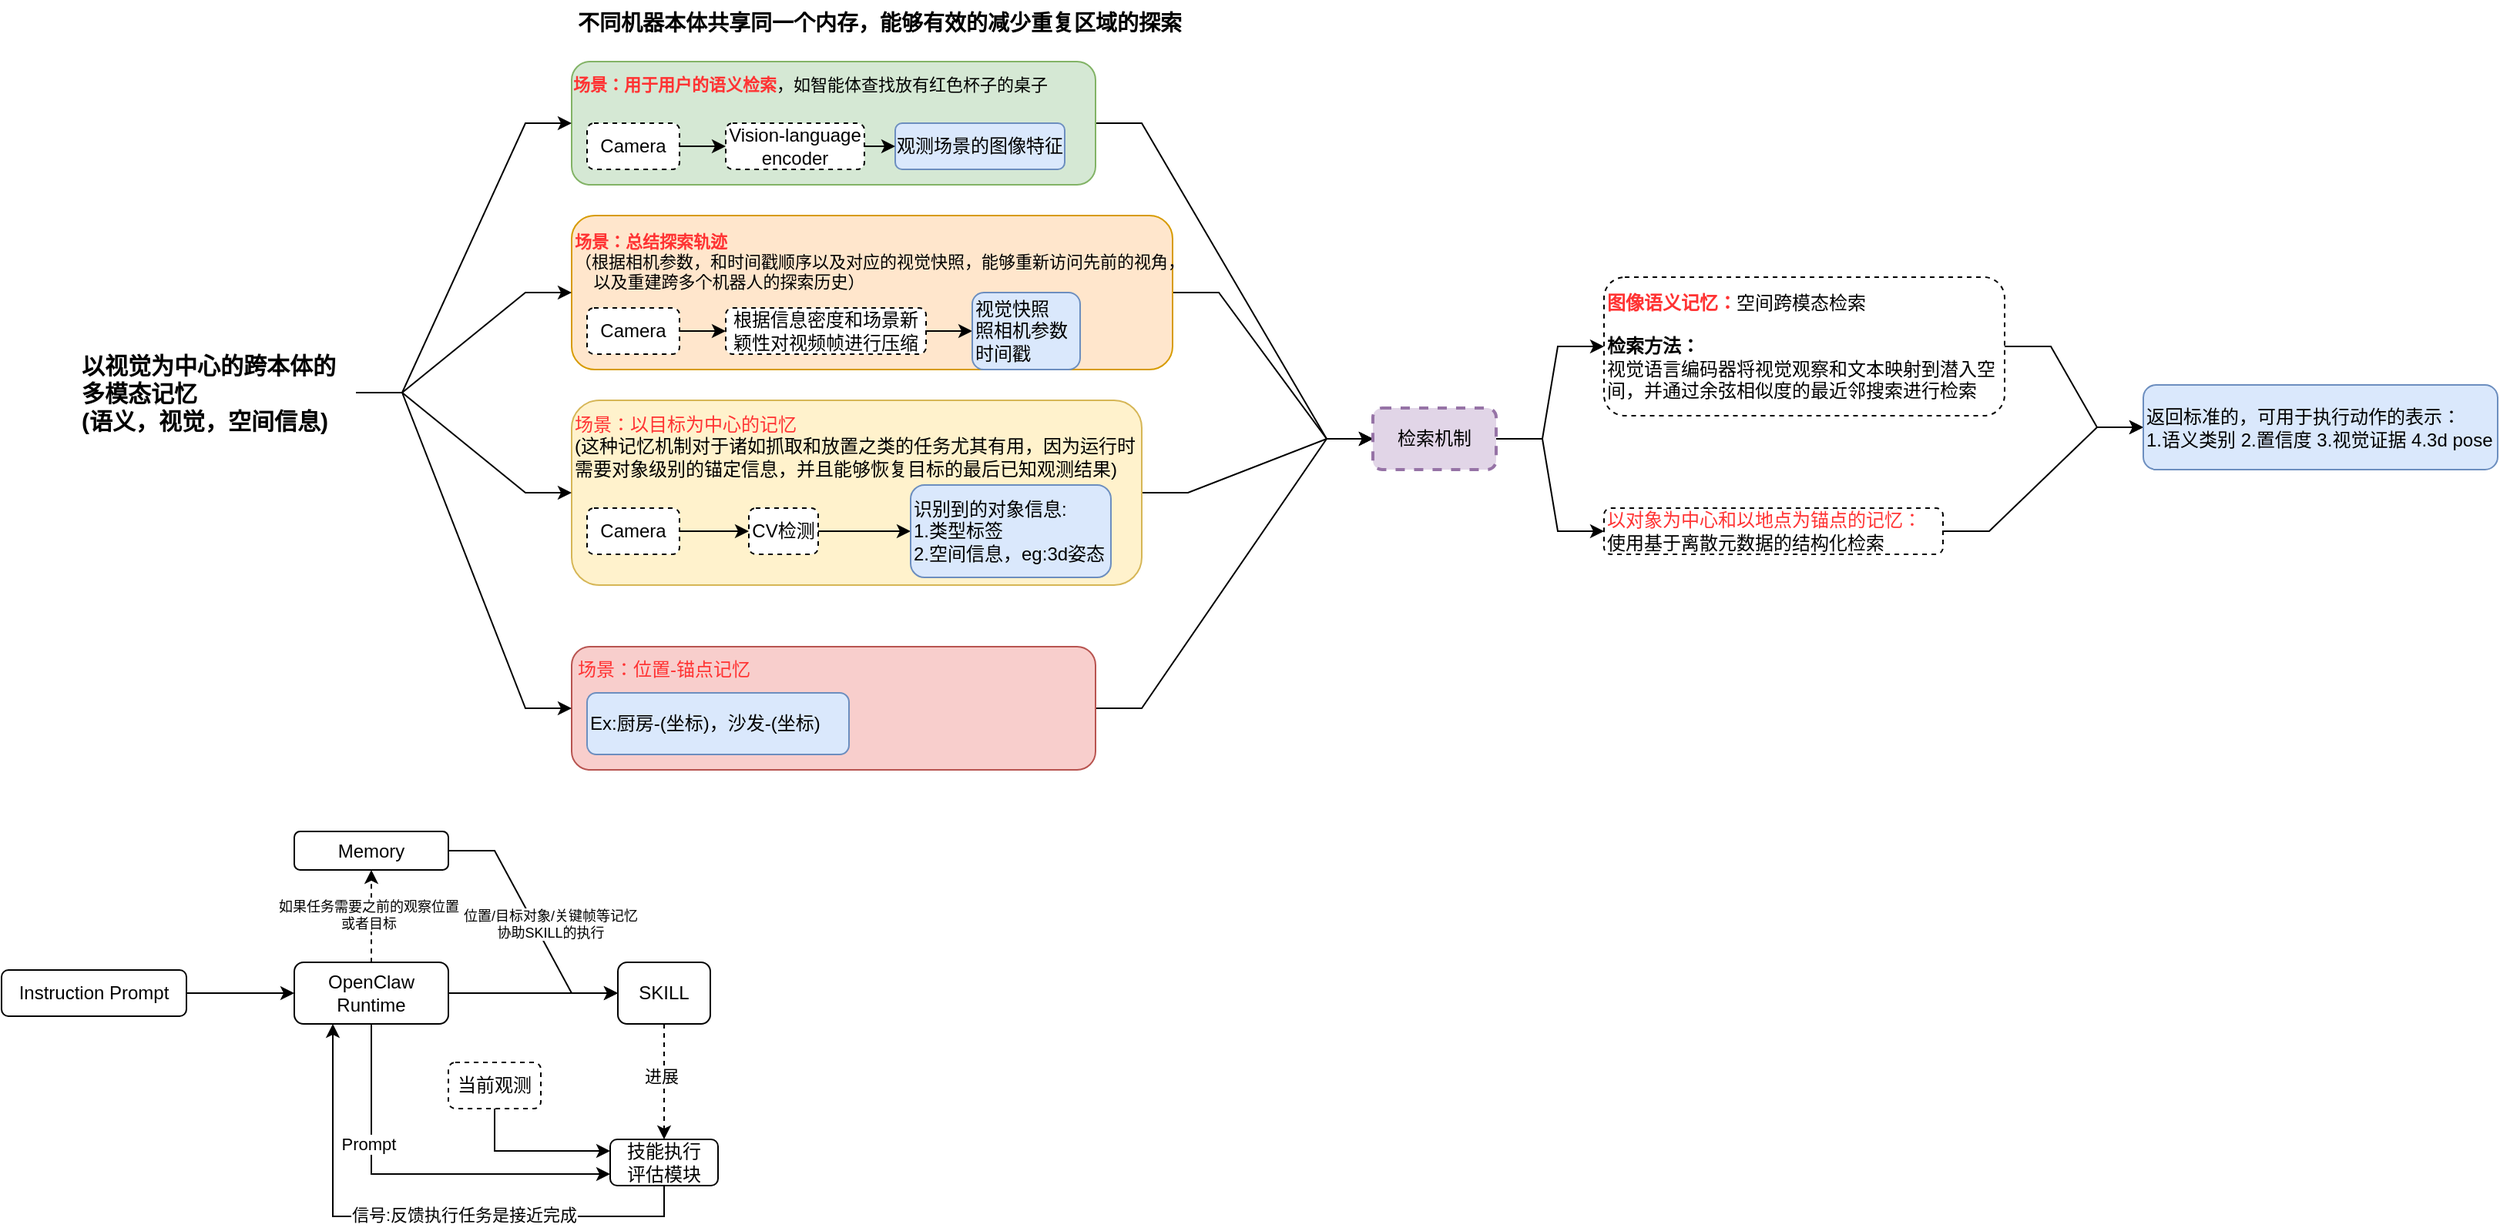
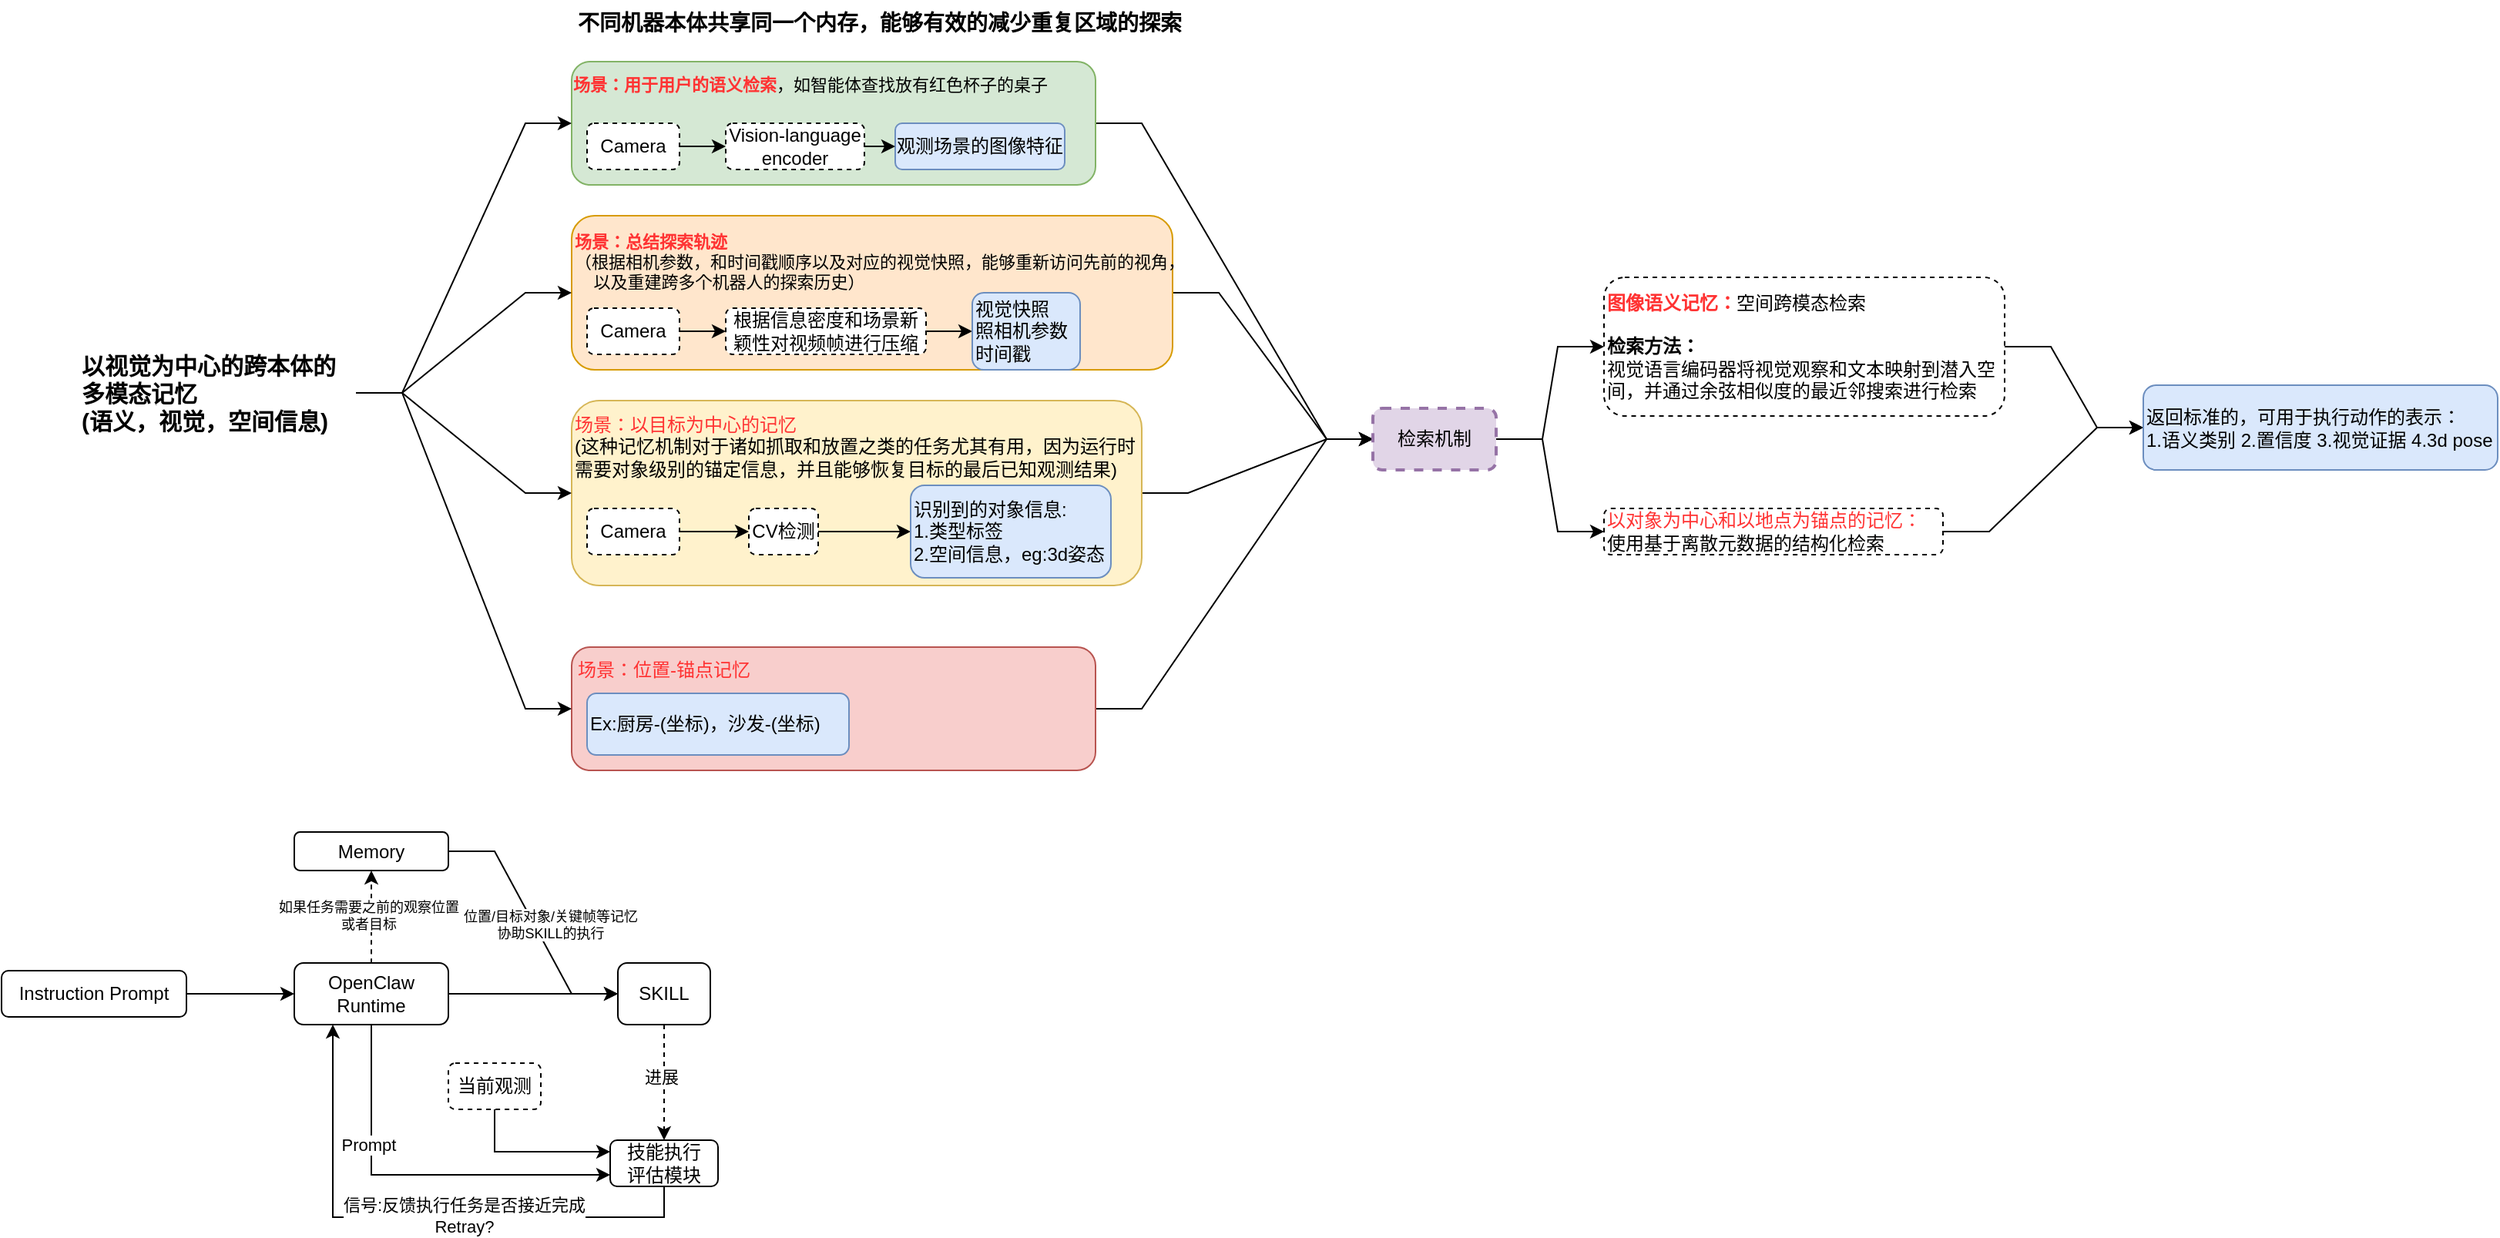
<mxfile host="app.diagrams.net">
  <diagram name="ABot-Claw" id="ri1UiOSOw__C7K71Jf-3">
    <mxGraphModel dx="566" dy="306" grid="1" gridSize="10" guides="1" tooltips="1" connect="1" arrows="1" fold="1" page="1" pageScale="1" pageWidth="3300" pageHeight="2339" math="0" shadow="0">
      <root>
        <mxCell id="0" />
        <mxCell id="1" parent="0" />
        <mxCell id="8uAygAgR7DF40HWwl34I-37" edge="1" parent="1" source="8uAygAgR7DF40HWwl34I-28" style="edgeStyle=entityRelationEdgeStyle;rounded=0;orthogonalLoop=1;jettySize=auto;html=1;exitX=1;exitY=0.5;exitDx=0;exitDy=0;" target="8uAygAgR7DF40HWwl34I-33">
          <mxGeometry relative="1" as="geometry" />
        </mxCell>
        <mxCell id="8uAygAgR7DF40HWwl34I-28" parent="1" style="rounded=1;whiteSpace=wrap;html=1;fillColor=#f8cecc;strokeColor=#b85450;" value="" vertex="1">
          <mxGeometry height="80" width="340" x="480" y="470" as="geometry" />
        </mxCell>
        <mxCell id="8uAygAgR7DF40HWwl34I-36" edge="1" parent="1" source="8uAygAgR7DF40HWwl34I-24" style="edgeStyle=entityRelationEdgeStyle;rounded=0;orthogonalLoop=1;jettySize=auto;html=1;exitX=1;exitY=0.5;exitDx=0;exitDy=0;entryX=0;entryY=0.5;entryDx=0;entryDy=0;" target="8uAygAgR7DF40HWwl34I-33">
          <mxGeometry relative="1" as="geometry">
            <mxPoint x="1020" y="320" as="targetPoint" />
          </mxGeometry>
        </mxCell>
        <mxCell id="8uAygAgR7DF40HWwl34I-24" parent="1" style="rounded=1;whiteSpace=wrap;html=1;fillColor=#fff2cc;strokeColor=#d6b656;" value="" vertex="1">
          <mxGeometry height="120" width="370" x="480" y="310" as="geometry" />
        </mxCell>
        <mxCell id="8uAygAgR7DF40HWwl34I-35" edge="1" parent="1" source="8uAygAgR7DF40HWwl34I-17" style="edgeStyle=entityRelationEdgeStyle;rounded=0;orthogonalLoop=1;jettySize=auto;html=1;exitX=1;exitY=0.5;exitDx=0;exitDy=0;entryX=0;entryY=0.5;entryDx=0;entryDy=0;" target="8uAygAgR7DF40HWwl34I-33">
          <mxGeometry relative="1" as="geometry" />
        </mxCell>
        <mxCell id="8uAygAgR7DF40HWwl34I-17" parent="1" style="rounded=1;whiteSpace=wrap;html=1;fillColor=#ffe6cc;strokeColor=#d79b00;" value="" vertex="1">
          <mxGeometry height="100" width="390" x="480" y="190" as="geometry" />
        </mxCell>
        <mxCell id="8uAygAgR7DF40HWwl34I-34" edge="1" parent="1" source="8uAygAgR7DF40HWwl34I-16" style="edgeStyle=entityRelationEdgeStyle;rounded=0;orthogonalLoop=1;jettySize=auto;html=1;exitX=1;exitY=0.5;exitDx=0;exitDy=0;entryX=0;entryY=0.5;entryDx=0;entryDy=0;" target="8uAygAgR7DF40HWwl34I-33">
          <mxGeometry relative="1" as="geometry" />
        </mxCell>
        <mxCell id="8uAygAgR7DF40HWwl34I-16" parent="1" style="rounded=1;whiteSpace=wrap;html=1;fillColor=#d5e8d4;strokeColor=#82b366;" value="" vertex="1">
          <mxGeometry height="80" width="340" x="480" y="90" as="geometry" />
        </mxCell>
        <mxCell id="8uAygAgR7DF40HWwl34I-29" edge="1" parent="1" source="8uAygAgR7DF40HWwl34I-1" style="edgeStyle=entityRelationEdgeStyle;rounded=0;orthogonalLoop=1;jettySize=auto;html=1;exitX=1;exitY=0.5;exitDx=0;exitDy=0;entryX=0;entryY=0.5;entryDx=0;entryDy=0;" target="8uAygAgR7DF40HWwl34I-16">
          <mxGeometry relative="1" as="geometry" />
        </mxCell>
        <mxCell id="8uAygAgR7DF40HWwl34I-30" edge="1" parent="1" source="8uAygAgR7DF40HWwl34I-1" style="edgeStyle=entityRelationEdgeStyle;rounded=0;orthogonalLoop=1;jettySize=auto;html=1;exitX=1;exitY=0.5;exitDx=0;exitDy=0;entryX=0;entryY=0.5;entryDx=0;entryDy=0;" target="8uAygAgR7DF40HWwl34I-28">
          <mxGeometry relative="1" as="geometry" />
        </mxCell>
        <mxCell id="8uAygAgR7DF40HWwl34I-31" edge="1" parent="1" source="8uAygAgR7DF40HWwl34I-1" style="edgeStyle=entityRelationEdgeStyle;rounded=0;orthogonalLoop=1;jettySize=auto;html=1;exitX=1;exitY=0.5;exitDx=0;exitDy=0;entryX=0;entryY=0.5;entryDx=0;entryDy=0;" target="8uAygAgR7DF40HWwl34I-17">
          <mxGeometry relative="1" as="geometry" />
        </mxCell>
        <mxCell id="8uAygAgR7DF40HWwl34I-32" edge="1" parent="1" source="8uAygAgR7DF40HWwl34I-1" style="edgeStyle=entityRelationEdgeStyle;rounded=0;orthogonalLoop=1;jettySize=auto;html=1;exitX=1;exitY=0.5;exitDx=0;exitDy=0;entryX=0;entryY=0.5;entryDx=0;entryDy=0;" target="8uAygAgR7DF40HWwl34I-24">
          <mxGeometry relative="1" as="geometry" />
        </mxCell>
        <mxCell id="8uAygAgR7DF40HWwl34I-1" parent="1" style="text;html=1;whiteSpace=wrap;strokeColor=none;fillColor=none;align=left;verticalAlign=middle;rounded=0;fontStyle=1;fontSize=15;" value="以视觉为中心的跨本体的多模态记忆&lt;br&gt;(语义，视觉，空间信息)" vertex="1">
          <mxGeometry height="30" width="180" x="160" y="290" as="geometry" />
        </mxCell>
        <mxCell id="8uAygAgR7DF40HWwl34I-2" parent="1" style="rounded=1;whiteSpace=wrap;html=1;fillColor=#dae8fc;strokeColor=#6c8ebf;" value="观测场景的图像特征" vertex="1">
          <mxGeometry height="30" width="110" x="690" y="130" as="geometry" />
        </mxCell>
        <mxCell id="8uAygAgR7DF40HWwl34I-5" edge="1" parent="1" source="8uAygAgR7DF40HWwl34I-3" style="edgeStyle=orthogonalEdgeStyle;rounded=0;orthogonalLoop=1;jettySize=auto;html=1;exitX=1;exitY=0.5;exitDx=0;exitDy=0;entryX=0;entryY=0.5;entryDx=0;entryDy=0;" target="8uAygAgR7DF40HWwl34I-2">
          <mxGeometry relative="1" as="geometry" />
        </mxCell>
        <mxCell id="8uAygAgR7DF40HWwl34I-3" parent="1" style="rounded=1;whiteSpace=wrap;html=1;dashed=1;" value="Vision-language encoder" vertex="1">
          <mxGeometry height="30" width="90" x="580" y="130" as="geometry" />
        </mxCell>
        <mxCell id="8uAygAgR7DF40HWwl34I-6" edge="1" parent="1" source="8uAygAgR7DF40HWwl34I-4" style="edgeStyle=orthogonalEdgeStyle;rounded=0;orthogonalLoop=1;jettySize=auto;html=1;exitX=1;exitY=0.5;exitDx=0;exitDy=0;entryX=0;entryY=0.5;entryDx=0;entryDy=0;" target="8uAygAgR7DF40HWwl34I-3">
          <mxGeometry relative="1" as="geometry" />
        </mxCell>
        <mxCell id="8uAygAgR7DF40HWwl34I-4" parent="1" style="rounded=1;whiteSpace=wrap;html=1;dashed=1;" value="Camera" vertex="1">
          <mxGeometry height="30" width="60" x="490" y="130" as="geometry" />
        </mxCell>
        <mxCell id="8uAygAgR7DF40HWwl34I-7" parent="1" style="text;html=1;whiteSpace=wrap;strokeColor=none;fillColor=none;align=center;verticalAlign=middle;rounded=0;fontSize=11;" value="&lt;b&gt;&lt;font style=&quot;color: rgb(255, 51, 51);&quot;&gt;场景：用于用户的语义检索&lt;/font&gt;&lt;/b&gt;，如智能体查找放有红色杯子的桌子" vertex="1">
          <mxGeometry height="30" width="310" x="480" y="90" as="geometry" />
        </mxCell>
        <mxCell id="8uAygAgR7DF40HWwl34I-10" edge="1" parent="1" source="8uAygAgR7DF40HWwl34I-8" style="edgeStyle=orthogonalEdgeStyle;rounded=0;orthogonalLoop=1;jettySize=auto;html=1;" target="8uAygAgR7DF40HWwl34I-9" value="">
          <mxGeometry relative="1" as="geometry" />
        </mxCell>
        <mxCell id="8uAygAgR7DF40HWwl34I-8" parent="1" style="rounded=1;whiteSpace=wrap;html=1;dashed=1;" value="Camera" vertex="1">
          <mxGeometry height="30" width="60" x="490" y="250" as="geometry" />
        </mxCell>
        <mxCell id="8uAygAgR7DF40HWwl34I-14" edge="1" parent="1" source="8uAygAgR7DF40HWwl34I-9" style="edgeStyle=orthogonalEdgeStyle;rounded=0;orthogonalLoop=1;jettySize=auto;html=1;exitX=1;exitY=0.5;exitDx=0;exitDy=0;entryX=0;entryY=0.5;entryDx=0;entryDy=0;" target="8uAygAgR7DF40HWwl34I-13">
          <mxGeometry relative="1" as="geometry" />
        </mxCell>
        <mxCell id="8uAygAgR7DF40HWwl34I-9" parent="1" style="rounded=1;whiteSpace=wrap;html=1;dashed=1;" value="根据信息密度和场景新颖性对视频帧进行压缩" vertex="1">
          <mxGeometry height="30" width="130" x="580" y="250" as="geometry" />
        </mxCell>
        <mxCell id="8uAygAgR7DF40HWwl34I-11" parent="1" style="text;html=1;whiteSpace=wrap;strokeColor=none;fillColor=none;align=left;verticalAlign=middle;rounded=0;fontSize=11;" value="&lt;b&gt;&lt;font style=&quot;color: rgb(255, 51, 51);&quot;&gt;场景：总结探索轨迹&lt;/font&gt;&lt;/b&gt;&lt;br&gt;（根据相机参数，和时间戳顺序以及对应的视觉快照，能够重新访问先前的视角，&lt;br&gt;&amp;nbsp; &amp;nbsp; 以及重建跨多个机器人的探索历史）" vertex="1">
          <mxGeometry height="40" width="420" x="480" y="200" as="geometry" />
        </mxCell>
        <mxCell id="8uAygAgR7DF40HWwl34I-13" parent="1" style="rounded=1;whiteSpace=wrap;html=1;fillColor=#dae8fc;strokeColor=#6c8ebf;align=left;" value="视觉快照&lt;br&gt;&lt;span style=&quot;&quot;&gt;照相机参数&lt;/span&gt;&lt;div style=&quot;&quot;&gt;时间戳&lt;/div&gt;" vertex="1">
          <mxGeometry height="50" width="70" x="740" y="240" as="geometry" />
        </mxCell>
        <mxCell id="8uAygAgR7DF40HWwl34I-25" edge="1" parent="1" source="8uAygAgR7DF40HWwl34I-19" style="edgeStyle=orthogonalEdgeStyle;rounded=0;orthogonalLoop=1;jettySize=auto;html=1;exitX=1;exitY=0.5;exitDx=0;exitDy=0;entryX=0;entryY=0.5;entryDx=0;entryDy=0;" target="8uAygAgR7DF40HWwl34I-20">
          <mxGeometry relative="1" as="geometry" />
        </mxCell>
        <mxCell id="8uAygAgR7DF40HWwl34I-19" parent="1" style="rounded=1;whiteSpace=wrap;html=1;dashed=1;" value="Camera" vertex="1">
          <mxGeometry height="30" width="60" x="490" y="380" as="geometry" />
        </mxCell>
        <mxCell id="8uAygAgR7DF40HWwl34I-22" edge="1" parent="1" source="8uAygAgR7DF40HWwl34I-20" style="edgeStyle=orthogonalEdgeStyle;rounded=0;orthogonalLoop=1;jettySize=auto;html=1;" target="8uAygAgR7DF40HWwl34I-21" value="">
          <mxGeometry relative="1" as="geometry" />
        </mxCell>
        <mxCell id="8uAygAgR7DF40HWwl34I-20" parent="1" style="rounded=1;whiteSpace=wrap;html=1;dashed=1;" value="CV检测" vertex="1">
          <mxGeometry height="30" width="45" x="595" y="380" as="geometry" />
        </mxCell>
        <mxCell id="8uAygAgR7DF40HWwl34I-21" parent="1" style="rounded=1;whiteSpace=wrap;html=1;align=left;fillColor=#dae8fc;strokeColor=#6c8ebf;" value="识别到的对象信息:&lt;div&gt;1.类型标签&lt;br&gt;2.空间信息，eg:3d姿态&lt;/div&gt;" vertex="1">
          <mxGeometry height="60" width="130" x="700" y="365" as="geometry" />
        </mxCell>
        <mxCell id="8uAygAgR7DF40HWwl34I-23" parent="1" style="text;html=1;whiteSpace=wrap;strokeColor=none;fillColor=none;align=left;verticalAlign=middle;rounded=0;" value="&lt;font style=&quot;color: rgb(255, 51, 51);&quot;&gt;场景：以目标为中心的记忆&lt;/font&gt;&lt;br&gt;(这种记忆机制对于诸如抓取和放置之类的任务尤其有用，因为运行时需要对象级别的锚定信息，并且能够恢复目标的最后已知观测结果)" vertex="1">
          <mxGeometry height="50" width="370" x="480" y="315" as="geometry" />
        </mxCell>
        <mxCell id="8uAygAgR7DF40HWwl34I-26" parent="1" style="rounded=1;whiteSpace=wrap;html=1;align=left;fillColor=#dae8fc;strokeColor=#6c8ebf;" value="Ex:厨房-(坐标)，沙发-(坐标)" vertex="1">
          <mxGeometry height="40" width="170" x="490" y="500" as="geometry" />
        </mxCell>
        <mxCell id="8uAygAgR7DF40HWwl34I-27" parent="1" style="text;html=1;whiteSpace=wrap;strokeColor=none;fillColor=none;align=center;verticalAlign=middle;rounded=0;fontColor=#FF3333;" value="场景：&lt;span style=&quot;text-align: left;&quot;&gt;位置-锚点记忆&lt;/span&gt;" vertex="1">
          <mxGeometry height="30" width="120" x="480" y="470" as="geometry" />
        </mxCell>
        <mxCell id="8uAygAgR7DF40HWwl34I-42" edge="1" parent="1" source="8uAygAgR7DF40HWwl34I-33" style="edgeStyle=entityRelationEdgeStyle;rounded=0;orthogonalLoop=1;jettySize=auto;html=1;exitX=1;exitY=0.5;exitDx=0;exitDy=0;" target="8uAygAgR7DF40HWwl34I-40">
          <mxGeometry relative="1" as="geometry" />
        </mxCell>
        <mxCell id="8uAygAgR7DF40HWwl34I-43" edge="1" parent="1" source="8uAygAgR7DF40HWwl34I-33" style="edgeStyle=entityRelationEdgeStyle;rounded=0;orthogonalLoop=1;jettySize=auto;html=1;exitX=1;exitY=0.5;exitDx=0;exitDy=0;entryX=0;entryY=0.5;entryDx=0;entryDy=0;" target="8uAygAgR7DF40HWwl34I-41">
          <mxGeometry relative="1" as="geometry" />
        </mxCell>
        <mxCell id="8uAygAgR7DF40HWwl34I-33" parent="1" style="rounded=1;whiteSpace=wrap;html=1;fillColor=#e1d5e7;strokeColor=#9673a6;dashed=1;strokeWidth=2;" value="检索机制" vertex="1">
          <mxGeometry height="40" width="80" x="1000" y="315" as="geometry" />
        </mxCell>
        <mxCell id="8uAygAgR7DF40HWwl34I-45" edge="1" parent="1" source="8uAygAgR7DF40HWwl34I-40" style="edgeStyle=entityRelationEdgeStyle;rounded=0;orthogonalLoop=1;jettySize=auto;html=1;exitX=1;exitY=0.5;exitDx=0;exitDy=0;entryX=0;entryY=0.5;entryDx=0;entryDy=0;" target="8uAygAgR7DF40HWwl34I-44">
          <mxGeometry relative="1" as="geometry" />
        </mxCell>
        <mxCell id="8uAygAgR7DF40HWwl34I-40" parent="1" style="text;html=1;whiteSpace=wrap;strokeColor=default;fillColor=none;align=left;verticalAlign=middle;rounded=1;dashed=1;" value="&lt;b&gt;&lt;font style=&quot;color: rgb(255, 51, 51);&quot;&gt;图像语义记忆：&lt;/font&gt;&lt;/b&gt;空间跨模态检索&lt;br&gt;&lt;br&gt;&lt;b&gt;&lt;font style=&quot;color: rgb(0, 0, 0);&quot;&gt;检索方法：&lt;/font&gt;&lt;/b&gt;&lt;br&gt;视觉语言编码器将视觉观察和文本映射到潜入空间，并通过余弦相似度的最近邻搜索进行检索" vertex="1">
          <mxGeometry height="90" width="260" x="1150" y="230" as="geometry" />
        </mxCell>
        <mxCell id="8uAygAgR7DF40HWwl34I-46" edge="1" parent="1" source="8uAygAgR7DF40HWwl34I-41" style="edgeStyle=entityRelationEdgeStyle;rounded=0;orthogonalLoop=1;jettySize=auto;html=1;exitX=1;exitY=0.5;exitDx=0;exitDy=0;entryX=0;entryY=0.5;entryDx=0;entryDy=0;" target="8uAygAgR7DF40HWwl34I-44">
          <mxGeometry relative="1" as="geometry" />
        </mxCell>
        <mxCell id="8uAygAgR7DF40HWwl34I-41" parent="1" style="text;html=1;whiteSpace=wrap;strokeColor=default;fillColor=none;align=left;verticalAlign=middle;rounded=1;dashed=1;" value="&lt;font style=&quot;color: rgb(255, 51, 51);&quot;&gt;以对象为中心和以地点为锚点的记忆：&lt;/font&gt;&lt;br&gt;使用基于离散元数据的结构化检索" vertex="1">
          <mxGeometry height="30" width="220" x="1150" y="380" as="geometry" />
        </mxCell>
        <mxCell id="8uAygAgR7DF40HWwl34I-44" parent="1" style="rounded=1;whiteSpace=wrap;html=1;align=left;fillColor=#dae8fc;strokeColor=#6c8ebf;" value="返回标准的，可用于执行动作的表示：&lt;br&gt;1.语义类别 2.置信度 3.视觉证据 4.3d pose" vertex="1">
          <mxGeometry height="55" width="230" x="1500" y="300" as="geometry" />
        </mxCell>
        <mxCell id="8uAygAgR7DF40HWwl34I-47" parent="1" style="text;html=1;whiteSpace=wrap;strokeColor=none;fillColor=none;align=center;verticalAlign=middle;rounded=0;fontStyle=1;fontSize=14;" value="不同机器本体共享同一个内存，能够有效的减少重复区域的探索" vertex="1">
          <mxGeometry height="30" width="400" x="480" y="50" as="geometry" />
        </mxCell>
        <mxCell id="8uAygAgR7DF40HWwl34I-50" edge="1" parent="1" source="8uAygAgR7DF40HWwl34I-48" style="edgeStyle=entityRelationEdgeStyle;rounded=0;orthogonalLoop=1;jettySize=auto;html=1;" target="8uAygAgR7DF40HWwl34I-49" value="">
          <mxGeometry relative="1" as="geometry" />
        </mxCell>
        <mxCell id="8uAygAgR7DF40HWwl34I-48" parent="1" style="rounded=1;whiteSpace=wrap;html=1;" value="Instruction Prompt" vertex="1">
          <mxGeometry height="30" width="120" x="110" y="680" as="geometry" />
        </mxCell>
        <mxCell id="8uAygAgR7DF40HWwl34I-52" edge="1" parent="1" source="8uAygAgR7DF40HWwl34I-49" style="edgeStyle=entityRelationEdgeStyle;rounded=0;orthogonalLoop=1;jettySize=auto;html=1;" target="8uAygAgR7DF40HWwl34I-51" value="">
          <mxGeometry relative="1" as="geometry" />
        </mxCell>
        <mxCell id="8uAygAgR7DF40HWwl34I-62" edge="1" parent="1" source="8uAygAgR7DF40HWwl34I-49" style="rounded=0;orthogonalLoop=1;jettySize=auto;html=1;exitX=0.5;exitY=0;exitDx=0;exitDy=0;entryX=0.5;entryY=1;entryDx=0;entryDy=0;dashed=1;edgeStyle=orthogonalEdgeStyle;curved=1;" target="8uAygAgR7DF40HWwl34I-53">
          <mxGeometry relative="1" as="geometry">
            <mxPoint x="355" y="640" as="targetPoint" />
          </mxGeometry>
        </mxCell>
        <mxCell id="8uAygAgR7DF40HWwl34I-63" connectable="0" parent="8uAygAgR7DF40HWwl34I-62" style="edgeLabel;html=1;align=center;verticalAlign=middle;resizable=0;points=[];fontSize=9;" value="如果任务需要之前的观察位置&lt;br&gt;或者目标" vertex="1">
          <mxGeometry relative="1" x="0.053" y="2" as="geometry">
            <mxPoint as="offset" />
          </mxGeometry>
        </mxCell>
        <mxCell id="8uAygAgR7DF40HWwl34I-67" edge="1" parent="1" source="8uAygAgR7DF40HWwl34I-49" style="edgeStyle=orthogonalEdgeStyle;rounded=0;orthogonalLoop=1;jettySize=auto;html=1;exitX=0.5;exitY=1;exitDx=0;exitDy=0;entryX=0;entryY=0.75;entryDx=0;entryDy=0;" target="8uAygAgR7DF40HWwl34I-66">
          <mxGeometry relative="1" as="geometry">
            <mxPoint x="360" y="760" as="targetPoint" />
          </mxGeometry>
        </mxCell>
        <mxCell id="8uAygAgR7DF40HWwl34I-68" connectable="0" parent="8uAygAgR7DF40HWwl34I-67" style="edgeLabel;html=1;align=center;verticalAlign=middle;resizable=0;points=[];" value="Prompt" vertex="1">
          <mxGeometry relative="1" x="-0.3811" y="-2" as="geometry">
            <mxPoint as="offset" />
          </mxGeometry>
        </mxCell>
        <mxCell id="8uAygAgR7DF40HWwl34I-49" parent="1" style="rounded=1;whiteSpace=wrap;html=1;" value="OpenClaw&lt;br&gt;Runtime" vertex="1">
          <mxGeometry height="40" width="100" x="300" y="675" as="geometry" />
        </mxCell>
        <mxCell id="8uAygAgR7DF40HWwl34I-69" edge="1" parent="1" source="8uAygAgR7DF40HWwl34I-51" style="rounded=0;orthogonalLoop=1;jettySize=auto;html=1;exitX=0.5;exitY=1;exitDx=0;exitDy=0;entryX=0.5;entryY=0;entryDx=0;entryDy=0;startArrow=none;startFill=0;dashed=1;" target="8uAygAgR7DF40HWwl34I-66">
          <mxGeometry relative="1" as="geometry" />
        </mxCell>
        <mxCell id="8uAygAgR7DF40HWwl34I-70" connectable="0" parent="8uAygAgR7DF40HWwl34I-69" style="edgeLabel;html=1;align=center;verticalAlign=middle;resizable=0;points=[];" value="进展" vertex="1">
          <mxGeometry relative="1" x="-0.1056" y="-2" as="geometry">
            <mxPoint as="offset" />
          </mxGeometry>
        </mxCell>
        <mxCell id="8uAygAgR7DF40HWwl34I-51" parent="1" style="rounded=1;whiteSpace=wrap;html=1;" value="SKILL" vertex="1">
          <mxGeometry height="40" width="60" x="510" y="675" as="geometry" />
        </mxCell>
        <mxCell id="8uAygAgR7DF40HWwl34I-64" edge="1" parent="1" source="8uAygAgR7DF40HWwl34I-53" style="edgeStyle=entityRelationEdgeStyle;rounded=0;orthogonalLoop=1;jettySize=auto;html=1;exitX=1;exitY=0.5;exitDx=0;exitDy=0;entryX=0;entryY=0.5;entryDx=0;entryDy=0;" target="8uAygAgR7DF40HWwl34I-51">
          <mxGeometry relative="1" as="geometry" />
        </mxCell>
        <mxCell id="8uAygAgR7DF40HWwl34I-65" connectable="0" parent="8uAygAgR7DF40HWwl34I-64" style="edgeLabel;html=1;align=center;verticalAlign=middle;resizable=0;points=[];fontSize=9;" value="位置/目标对象/关键帧等记忆&lt;br&gt;协助SKILL的执行" vertex="1">
          <mxGeometry relative="1" x="-0.1048" as="geometry">
            <mxPoint x="15" y="9" as="offset" />
          </mxGeometry>
        </mxCell>
        <mxCell id="8uAygAgR7DF40HWwl34I-53" parent="1" style="rounded=1;whiteSpace=wrap;html=1;" value="Memory" vertex="1">
          <mxGeometry height="25" width="100" x="300" y="590" as="geometry" />
        </mxCell>
        <mxCell id="8uAygAgR7DF40HWwl34I-74" edge="1" parent="1" source="8uAygAgR7DF40HWwl34I-66" style="edgeStyle=orthogonalEdgeStyle;rounded=0;orthogonalLoop=1;jettySize=auto;html=1;exitX=0.5;exitY=1;exitDx=0;exitDy=0;entryX=0.25;entryY=1;entryDx=0;entryDy=0;" target="8uAygAgR7DF40HWwl34I-49">
          <mxGeometry relative="1" as="geometry" />
        </mxCell>
-         <mxCell id="8uAygAgR7DF40HWwl34I-75" connectable="0" parent="8uAygAgR7DF40HWwl34I-74" style="edgeLabel;html=1;align=center;verticalAlign=middle;resizable=0;points=[];" value="信号:反馈执行任务是接近完成" vertex="1">
+         <mxCell id="8uAygAgR7DF40HWwl34I-75" connectable="0" parent="8uAygAgR7DF40HWwl34I-74" style="edgeLabel;html=1;align=center;verticalAlign=middle;resizable=0;points=[];" value="信号:反馈执行任务是否接近完成&lt;br&gt;Retray?" vertex="1">
          <mxGeometry relative="1" x="-0.1644" y="-1" as="geometry">
            <mxPoint as="offset" />
          </mxGeometry>
        </mxCell>
        <mxCell id="8uAygAgR7DF40HWwl34I-66" parent="1" style="rounded=1;whiteSpace=wrap;html=1;" value="技能执行&lt;br&gt;评估模块" vertex="1">
          <mxGeometry height="30" width="70" x="505" y="790" as="geometry" />
        </mxCell>
        <mxCell id="8uAygAgR7DF40HWwl34I-73" edge="1" parent="1" source="8uAygAgR7DF40HWwl34I-71" style="edgeStyle=orthogonalEdgeStyle;rounded=0;orthogonalLoop=1;jettySize=auto;html=1;exitX=0.5;exitY=1;exitDx=0;exitDy=0;entryX=0;entryY=0.25;entryDx=0;entryDy=0;" target="8uAygAgR7DF40HWwl34I-66">
          <mxGeometry relative="1" as="geometry" />
        </mxCell>
        <mxCell id="8uAygAgR7DF40HWwl34I-71" parent="1" style="rounded=1;whiteSpace=wrap;html=1;dashed=1;" value="当前观测" vertex="1">
          <mxGeometry height="30" width="60" x="400" y="740" as="geometry" />
        </mxCell>
      </root>
    </mxGraphModel>
  </diagram>
</mxfile>
